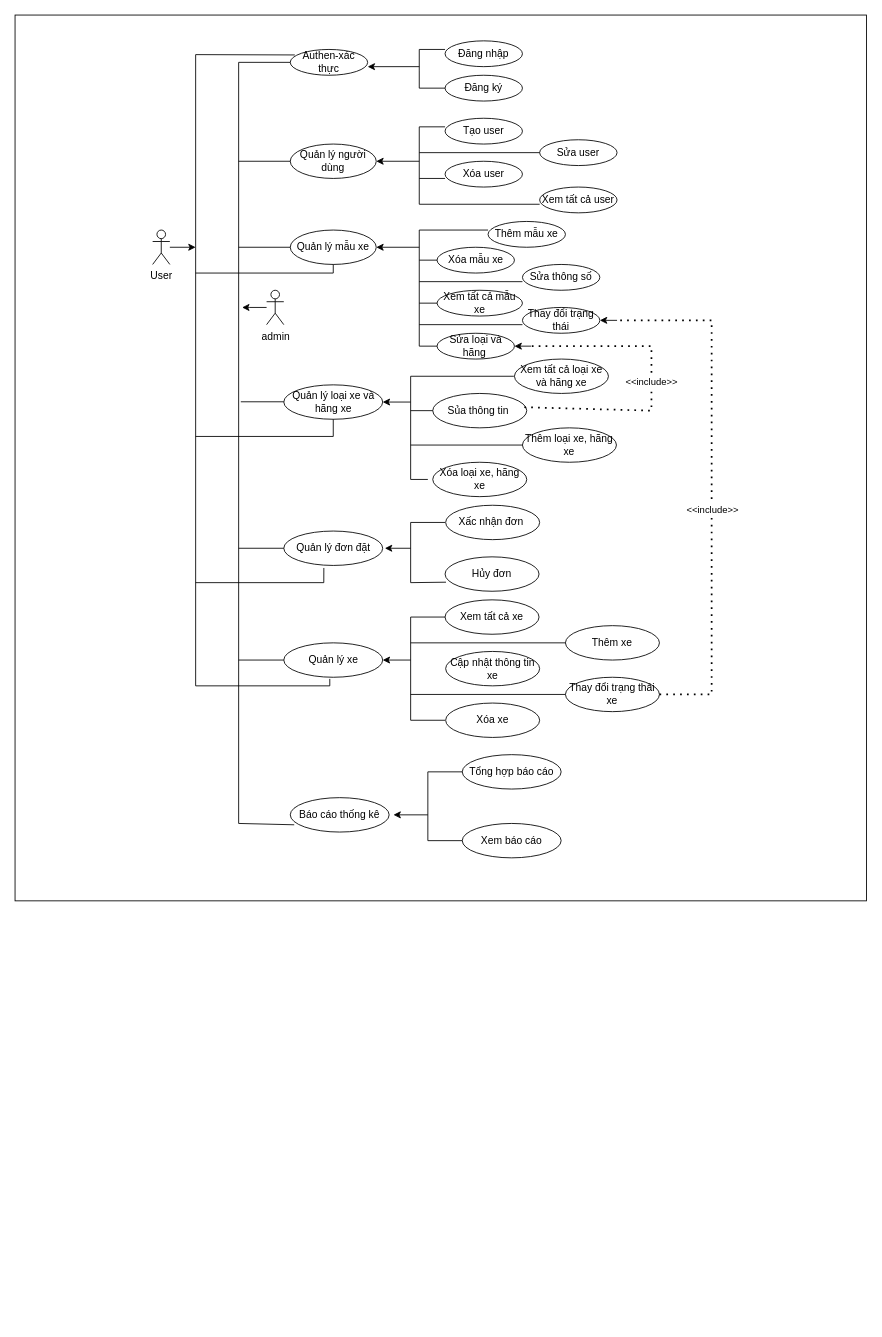
Before: Baocao/biểu đồ use case.drawio in VanLuyen31012003/Doan, a draw.io diagram. Source tidied: cells renumbered, new cells numbered last; positions are measured from the earlier drawing's top-left corner, leaving out a move shared by most shapes. Both pictures are drawn from the tidied source at 86%, with x=0, y=0 at pixel (15, 15).
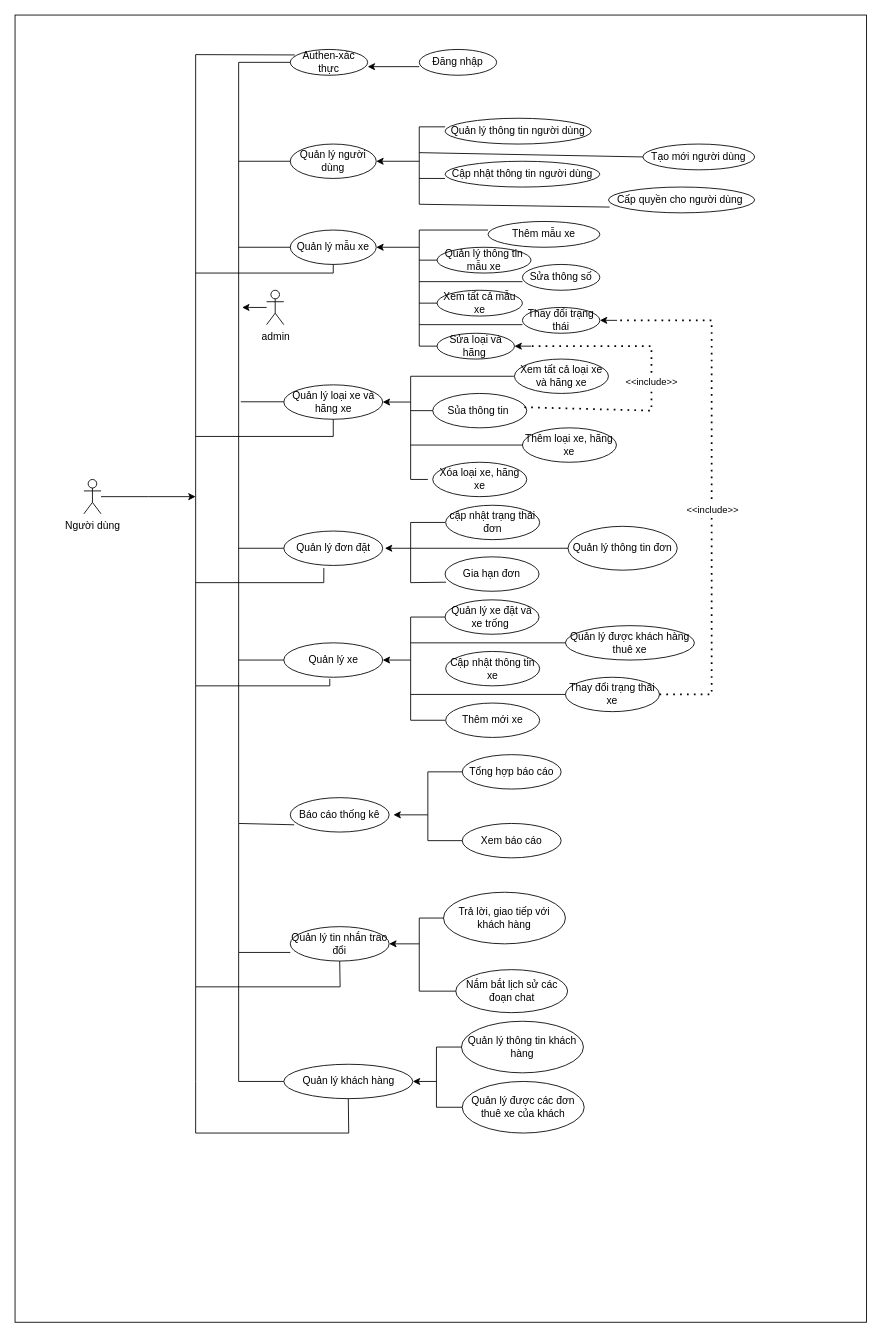
Above is the later version.

Diff of the diagram source:
```diff
@@
     <mxCell id="2" style="rounded=0;whiteSpace=wrap;html=1;" parent="1" vertex="1">
-      <mxGeometry width="990" height="1030" as="geometry" />
+      <mxGeometry width="990" height="1520" as="geometry" />
     </mxCell>
@@
-    <mxCell id="4" style="endArrow=none;html=1;rounded=0;exitX=0;exitY=0.5;exitDx=0;exitDy=0;" parent="1" edge="1" source="8">
-      <mxGeometry relative="1" as="geometry">
-        <mxPoint x="470" y="40" as="targetPoint" />
-        <Array as="points">
-          <mxPoint x="470" y="85" />
-          <mxPoint x="470" y="65" />
-        </Array>
-      </mxGeometry>
-    </mxCell>
@@
-    <mxCell id="6" style="endArrow=none;html=1;rounded=0;" parent="1" edge="1">
-      <mxGeometry relative="1" as="geometry">
-        <mxPoint x="470" y="40" as="sourcePoint" />
-        <mxPoint x="500" y="40" as="targetPoint" />
-      </mxGeometry>
-    </mxCell>
@@
-    <mxCell id="8" value="Đăng ký" style="ellipse;whiteSpace=wrap;html=1;" parent="1" vertex="1">
-      <mxGeometry x="500" y="70" width="90" height="30" as="geometry" />
-    </mxCell>
     <mxCell id="9" value="Đăng nhập" style="ellipse;whiteSpace=wrap;html=1;" parent="1" vertex="1">
-      <mxGeometry x="500" y="30" width="90" height="30" as="geometry" />
+      <mxGeometry x="470" y="40" width="90" height="30" as="geometry" />
     </mxCell>
@@
-    <mxCell id="11" value="Tạo user" style="ellipse;whiteSpace=wrap;html=1;" parent="1" vertex="1">
-      <mxGeometry x="500" y="120" width="90" height="30" as="geometry" />
+    <mxCell id="11" value="Quản lý thông tin người dùng" style="ellipse;whiteSpace=wrap;html=1;" parent="1" vertex="1">
+      <mxGeometry x="500" y="120" width="170" height="30" as="geometry" />
     </mxCell>
@@
-    <mxCell id="13" value="Xóa user" style="ellipse;whiteSpace=wrap;html=1;" parent="1" vertex="1">
-      <mxGeometry x="500" y="170" width="90" height="30" as="geometry" />
+    <mxCell id="13" value="Cập nhật thông tin người dùng" style="ellipse;whiteSpace=wrap;html=1;" parent="1" vertex="1">
+      <mxGeometry x="500" y="170" width="180" height="30" as="geometry" />
     </mxCell>
-    <mxCell id="14" value="Sửa user" style="ellipse;whiteSpace=wrap;html=1;" parent="1" vertex="1">
-      <mxGeometry x="610" y="145" width="90" height="30" as="geometry" />
+    <mxCell id="14" value="Tạo mới người dùng" style="ellipse;whiteSpace=wrap;html=1;" parent="1" vertex="1">
+      <mxGeometry x="730" y="150" width="130" height="30" as="geometry" />
     </mxCell>
-    <mxCell id="15" value="Xem tất cả user" style="ellipse;whiteSpace=wrap;html=1;" parent="1" vertex="1">
-      <mxGeometry x="610" y="200" width="90" height="30" as="geometry" />
+    <mxCell id="15" value="Cấp quyền cho người dùng&amp;nbsp;" style="ellipse;whiteSpace=wrap;html=1;" parent="1" vertex="1">
+      <mxGeometry x="690" y="200" width="170" height="30" as="geometry" />
     </mxCell>
-    <mxCell id="16" style="endArrow=none;html=1;rounded=0;entryX=0;entryY=0.5;entryDx=0;entryDy=0;" parent="1" edge="1">
+    <mxCell id="16" style="endArrow=none;html=1;rounded=0;entryX=0.008;entryY=0.776;entryDx=0;entryDy=0;entryPerimeter=0;" parent="1" edge="1" target="15">
       <mxGeometry relative="1" as="geometry">
         <mxPoint x="470" y="220" as="sourcePoint" />
-        <mxPoint x="610" y="220" as="targetPoint" />
       </mxGeometry>
     </mxCell>
@@
     <mxCell id="23" value="Thêm mẫu xe" style="ellipse;whiteSpace=wrap;html=1;" parent="1" vertex="1">
-      <mxGeometry x="550" y="240" width="90" height="30" as="geometry" />
+      <mxGeometry x="550" y="240" width="130" height="30" as="geometry" />
     </mxCell>
-    <mxCell id="24" value="Xóa mẫu xe" style="ellipse;whiteSpace=wrap;html=1;" parent="1" vertex="1">
-      <mxGeometry x="490.7" y="270" width="90" height="30" as="geometry" />
+    <mxCell id="24" value="Quản lý thông tin mẫu xe" style="ellipse;whiteSpace=wrap;html=1;" parent="1" vertex="1">
+      <mxGeometry x="490.7" y="270" width="109.3" height="30" as="geometry" />
     </mxCell>
@@
-    <mxCell id="48" value="Xấc nhận đơn&amp;nbsp;" style="ellipse;whiteSpace=wrap;html=1;" parent="1" vertex="1">
+    <mxCell id="48" value="cập nhật trạng thái đơn" style="ellipse;whiteSpace=wrap;html=1;" parent="1" vertex="1">
       <mxGeometry x="500.7" y="570" width="109.3" height="40" as="geometry" />
     </mxCell>
-    <mxCell id="49" value="Hủy đơn" style="ellipse;whiteSpace=wrap;html=1;" parent="1" vertex="1">
+    <mxCell id="49" value="Gia hạn đơn" style="ellipse;whiteSpace=wrap;html=1;" parent="1" vertex="1">
       <mxGeometry x="500" y="630" width="109.3" height="40" as="geometry" />
     </mxCell>
@@
-    <mxCell id="53" value="Xem tất cả xe" style="ellipse;whiteSpace=wrap;html=1;" parent="1" vertex="1">
+    <mxCell id="53" value="Quản lý xe đặt và xe trống&amp;nbsp;" style="ellipse;whiteSpace=wrap;html=1;" parent="1" vertex="1">
       <mxGeometry x="500" y="680" width="109.3" height="40" as="geometry" />
     </mxCell>
@@
-    <mxCell id="55" value="Xóa xe" style="ellipse;whiteSpace=wrap;html=1;" parent="1" vertex="1">
+    <mxCell id="55" value="Thêm mới xe" style="ellipse;whiteSpace=wrap;html=1;" parent="1" vertex="1">
       <mxGeometry x="500.7" y="800" width="109.3" height="40" as="geometry" />
     </mxCell>
-    <mxCell id="56" value="Thêm xe" style="ellipse;whiteSpace=wrap;html=1;" parent="1" vertex="1">
-      <mxGeometry x="640" y="710" width="109.3" height="40" as="geometry" />
+    <mxCell id="56" value="Quản lý được khách hàng thuê xe" style="ellipse;whiteSpace=wrap;html=1;" parent="1" vertex="1">
+      <mxGeometry x="640" y="710" width="150" height="40" as="geometry" />
     </mxCell>
@@
     <mxCell id="81" style="edgeStyle=orthogonalEdgeStyle;rounded=0;jettySize=auto;html=1;" parent="1" edge="1" source="82">
       <mxGeometry relative="1" as="geometry">
-        <mxPoint x="210" y="270" as="targetPoint" />
+        <mxPoint x="210" y="560" as="targetPoint" />
       </mxGeometry>
     </mxCell>
-    <mxCell id="82" value="User" style="shape=umlActor;verticalLabelPosition=bottom;verticalAlign=top;html=1;outlineConnect=0;" parent="1" vertex="1">
-      <mxGeometry x="160" y="250" width="20" height="40" as="geometry" />
+    <mxCell id="82" value="Người dùng" style="shape=umlActor;verticalLabelPosition=bottom;verticalAlign=top;html=1;outlineConnect=0;" parent="1" vertex="1">
+      <mxGeometry x="80" y="540" width="20" height="40" as="geometry" />
     </mxCell>
+    <mxCell id="83" value="Quản lý tin nhắn trao đổi" style="ellipse;whiteSpace=wrap;html=1;" parent="1" vertex="1">
+      <mxGeometry x="320" y="1060" width="115" height="40" as="geometry" />
+    </mxCell>
+    <mxCell id="84" value="Trả lời, giao tiếp với khách hàng" style="ellipse;whiteSpace=wrap;html=1;" parent="1" vertex="1">
+      <mxGeometry x="498.2" y="1020" width="141.8" height="60" as="geometry" />
+    </mxCell>
+    <mxCell id="85" value="Nắm bắt lịch sử các đoạn chat" style="ellipse;whiteSpace=wrap;html=1;" parent="1" vertex="1">
+      <mxGeometry x="512.5" y="1110" width="130" height="50" as="geometry" />
+    </mxCell>
+    <mxCell id="86" style="endArrow=none;html=1;rounded=0;exitX=0;exitY=0.75;exitDx=0;exitDy=0;exitPerimeter=0;" parent="1" edge="1" source="83">
+      <mxGeometry relative="1" as="geometry">
+        <mxPoint x="260" y="940" as="targetPoint" />
+        <Array as="points">
+          <mxPoint x="260" y="1090" />
+        </Array>
+      </mxGeometry>
+    </mxCell>
+    <mxCell id="87" style="endArrow=none;html=1;rounded=0;exitX=0;exitY=0.5;exitDx=0;exitDy=0;entryX=0;entryY=0.5;entryDx=0;entryDy=0;" parent="1" edge="1" source="84" target="85">
+      <mxGeometry relative="1" as="geometry">
+        <Array as="points">
+          <mxPoint x="470" y="1050" />
+          <mxPoint x="470" y="1135" />
+        </Array>
+      </mxGeometry>
+    </mxCell>
+    <mxCell id="88" style="endArrow=classic;html=1;rounded=0;entryX=1;entryY=0.5;entryDx=0;entryDy=0;" parent="1" edge="1" target="83">
+      <mxGeometry relative="1" as="geometry">
+        <mxPoint x="470" y="1080" as="sourcePoint" />
+      </mxGeometry>
+    </mxCell>
+    <mxCell id="89" style="endArrow=none;html=1;rounded=0;entryX=0.5;entryY=1;entryDx=0;entryDy=0;" parent="1" edge="1" target="83">
+      <mxGeometry relative="1" as="geometry">
+        <mxPoint x="210" y="780" as="sourcePoint" />
+        <Array as="points">
+          <mxPoint x="210" y="1130" />
+          <mxPoint x="378" y="1130" />
+        </Array>
+      </mxGeometry>
+    </mxCell>
+    <mxCell id="90" value="Quản lý thông tin đơn" style="ellipse;whiteSpace=wrap;html=1;" parent="1" vertex="1">
+      <mxGeometry x="643" y="594.5" width="127" height="51" as="geometry" />
+    </mxCell>
+    <mxCell id="91" style="endArrow=none;html=1;rounded=0;exitX=0;exitY=0.5;exitDx=0;exitDy=0;" parent="1" edge="1" source="90">
+      <mxGeometry relative="1" as="geometry">
+        <mxPoint x="460" y="620" as="targetPoint" />
+      </mxGeometry>
+    </mxCell>
+    <mxCell id="92" value="Quản lý khách hàng" style="ellipse;whiteSpace=wrap;html=1;" parent="1" vertex="1">
+      <mxGeometry x="312.5" y="1220" width="150" height="40" as="geometry" />
+    </mxCell>
+    <mxCell id="93" value="Quản lý thông tin khách hàng" style="ellipse;whiteSpace=wrap;html=1;" parent="1" vertex="1">
+      <mxGeometry x="519.1" y="1170" width="141.8" height="60" as="geometry" />
+    </mxCell>
+    <mxCell id="94" value="Quản lý được các đơn thuê xe của khách" style="ellipse;whiteSpace=wrap;html=1;" parent="1" vertex="1">
+      <mxGeometry x="520" y="1240" width="141.8" height="60" as="geometry" />
+    </mxCell>
+    <mxCell id="95" style="endArrow=none;html=1;rounded=0;exitX=0;exitY=0.5;exitDx=0;exitDy=0;entryX=0;entryY=0.5;entryDx=0;entryDy=0;" parent="1" edge="1" source="94" target="93">
+      <mxGeometry relative="1" as="geometry">
+        <Array as="points">
+          <mxPoint x="490" y="1270" />
+          <mxPoint x="490" y="1200" />
+        </Array>
+      </mxGeometry>
+    </mxCell>
+    <mxCell id="96" style="endArrow=classic;html=1;rounded=0;entryX=1;entryY=0.5;entryDx=0;entryDy=0;" parent="1" edge="1" target="92">
+      <mxGeometry relative="1" as="geometry">
+        <mxPoint x="490" y="1240" as="sourcePoint" />
+      </mxGeometry>
+    </mxCell>
+    <mxCell id="97" style="endArrow=none;html=1;rounded=0;exitX=0.5;exitY=1;exitDx=0;exitDy=0;" parent="1" edge="1" source="92">
+      <mxGeometry relative="1" as="geometry">
+        <mxPoint x="210" y="1130" as="targetPoint" />
+        <Array as="points">
+          <mxPoint x="388" y="1300" />
+          <mxPoint x="210" y="1300" />
+          <mxPoint x="210" y="1240" />
+        </Array>
+      </mxGeometry>
+    </mxCell>
+    <mxCell id="98" style="endArrow=none;html=1;rounded=0;exitX=0;exitY=0.5;exitDx=0;exitDy=0;" parent="1" edge="1" source="92">
+      <mxGeometry relative="1" as="geometry">
+        <mxPoint x="260" y="1090" as="targetPoint" />
+        <Array as="points">
+          <mxPoint x="260" y="1240" />
+        </Array>
+      </mxGeometry>
+    </mxCell>
```
